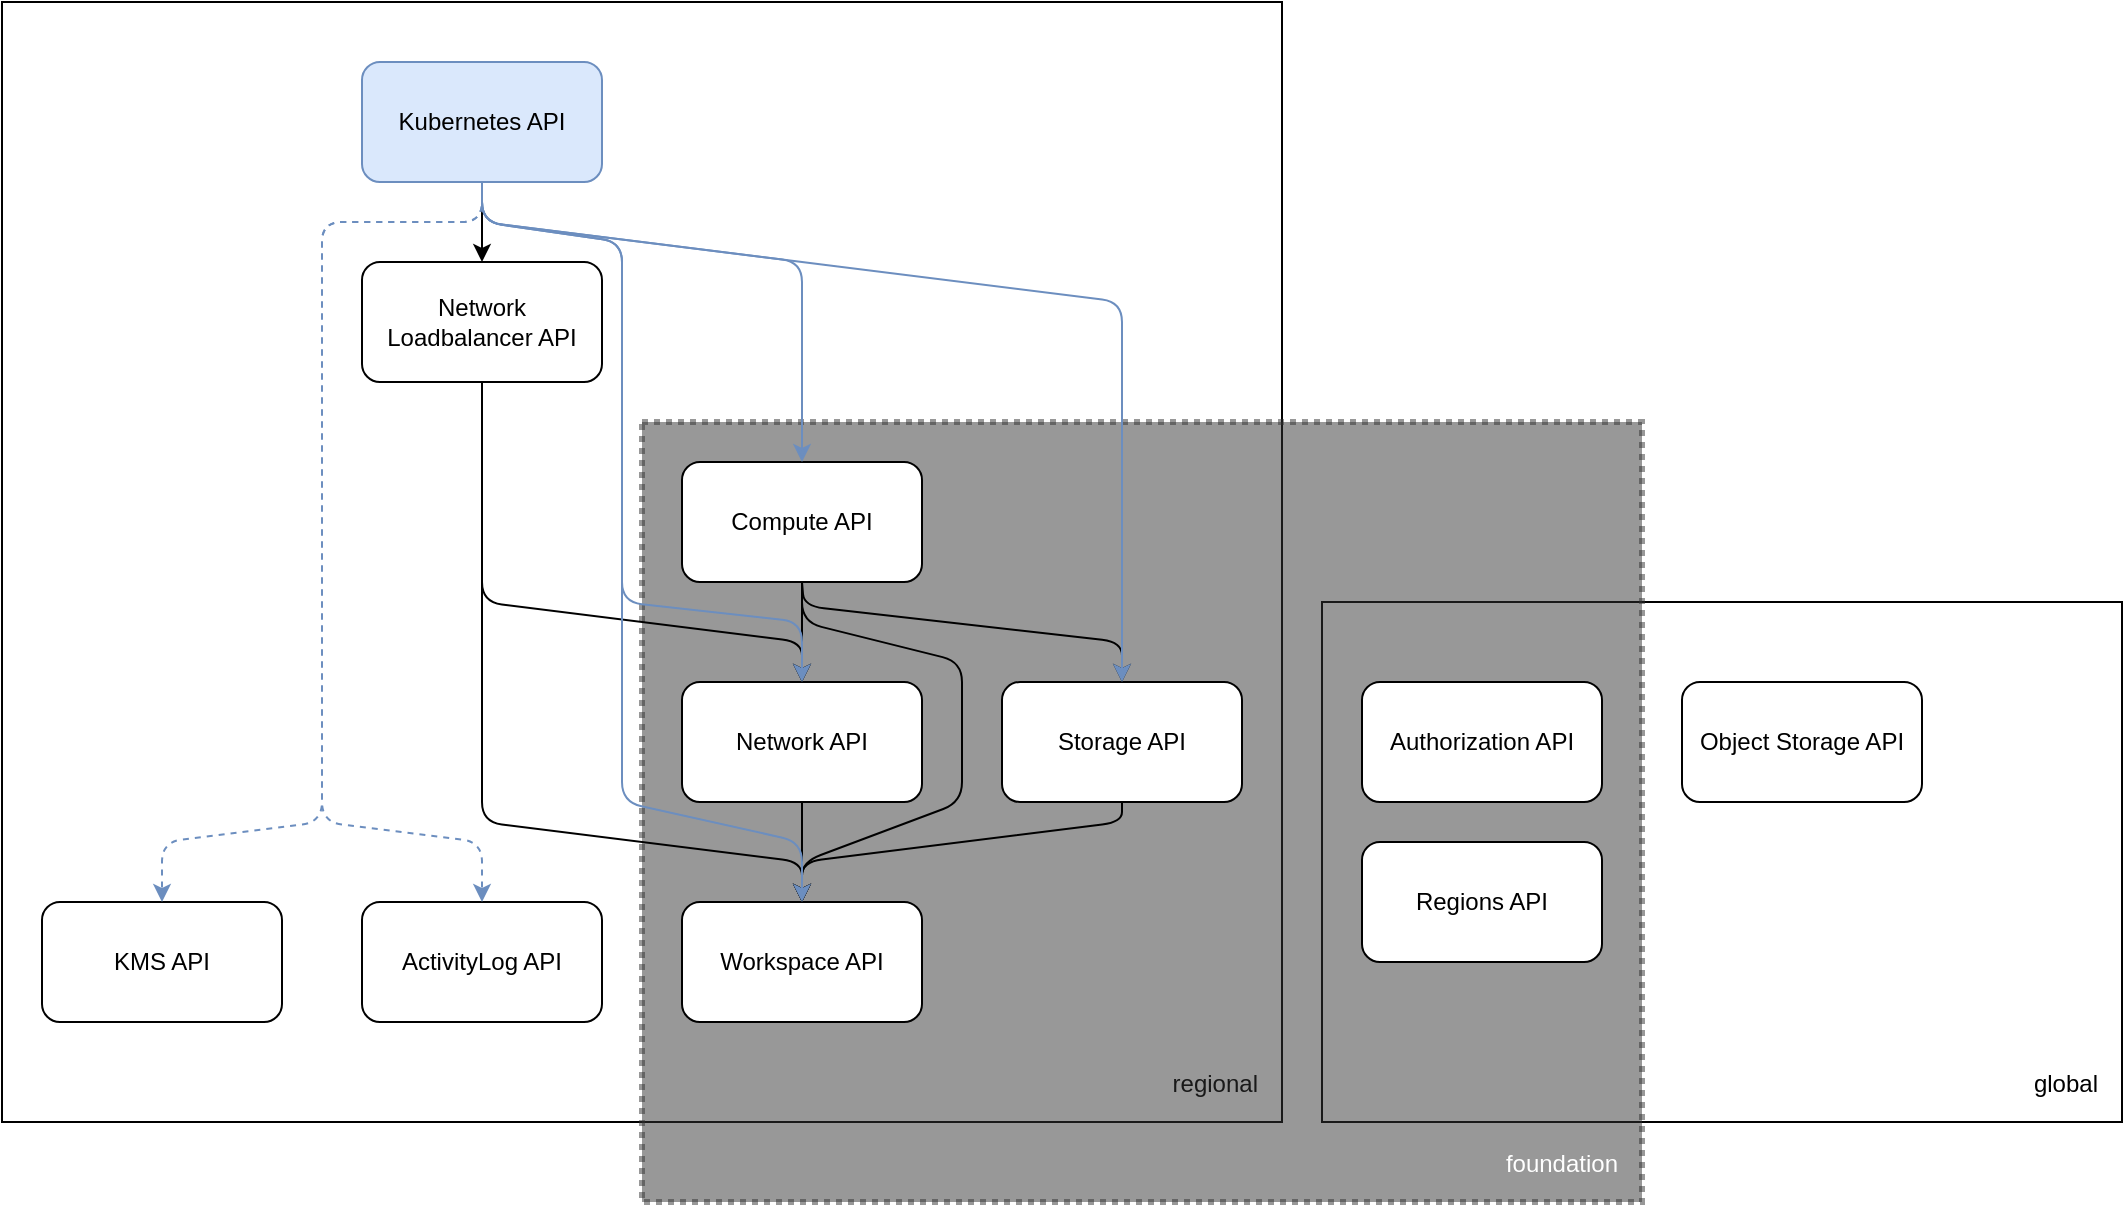
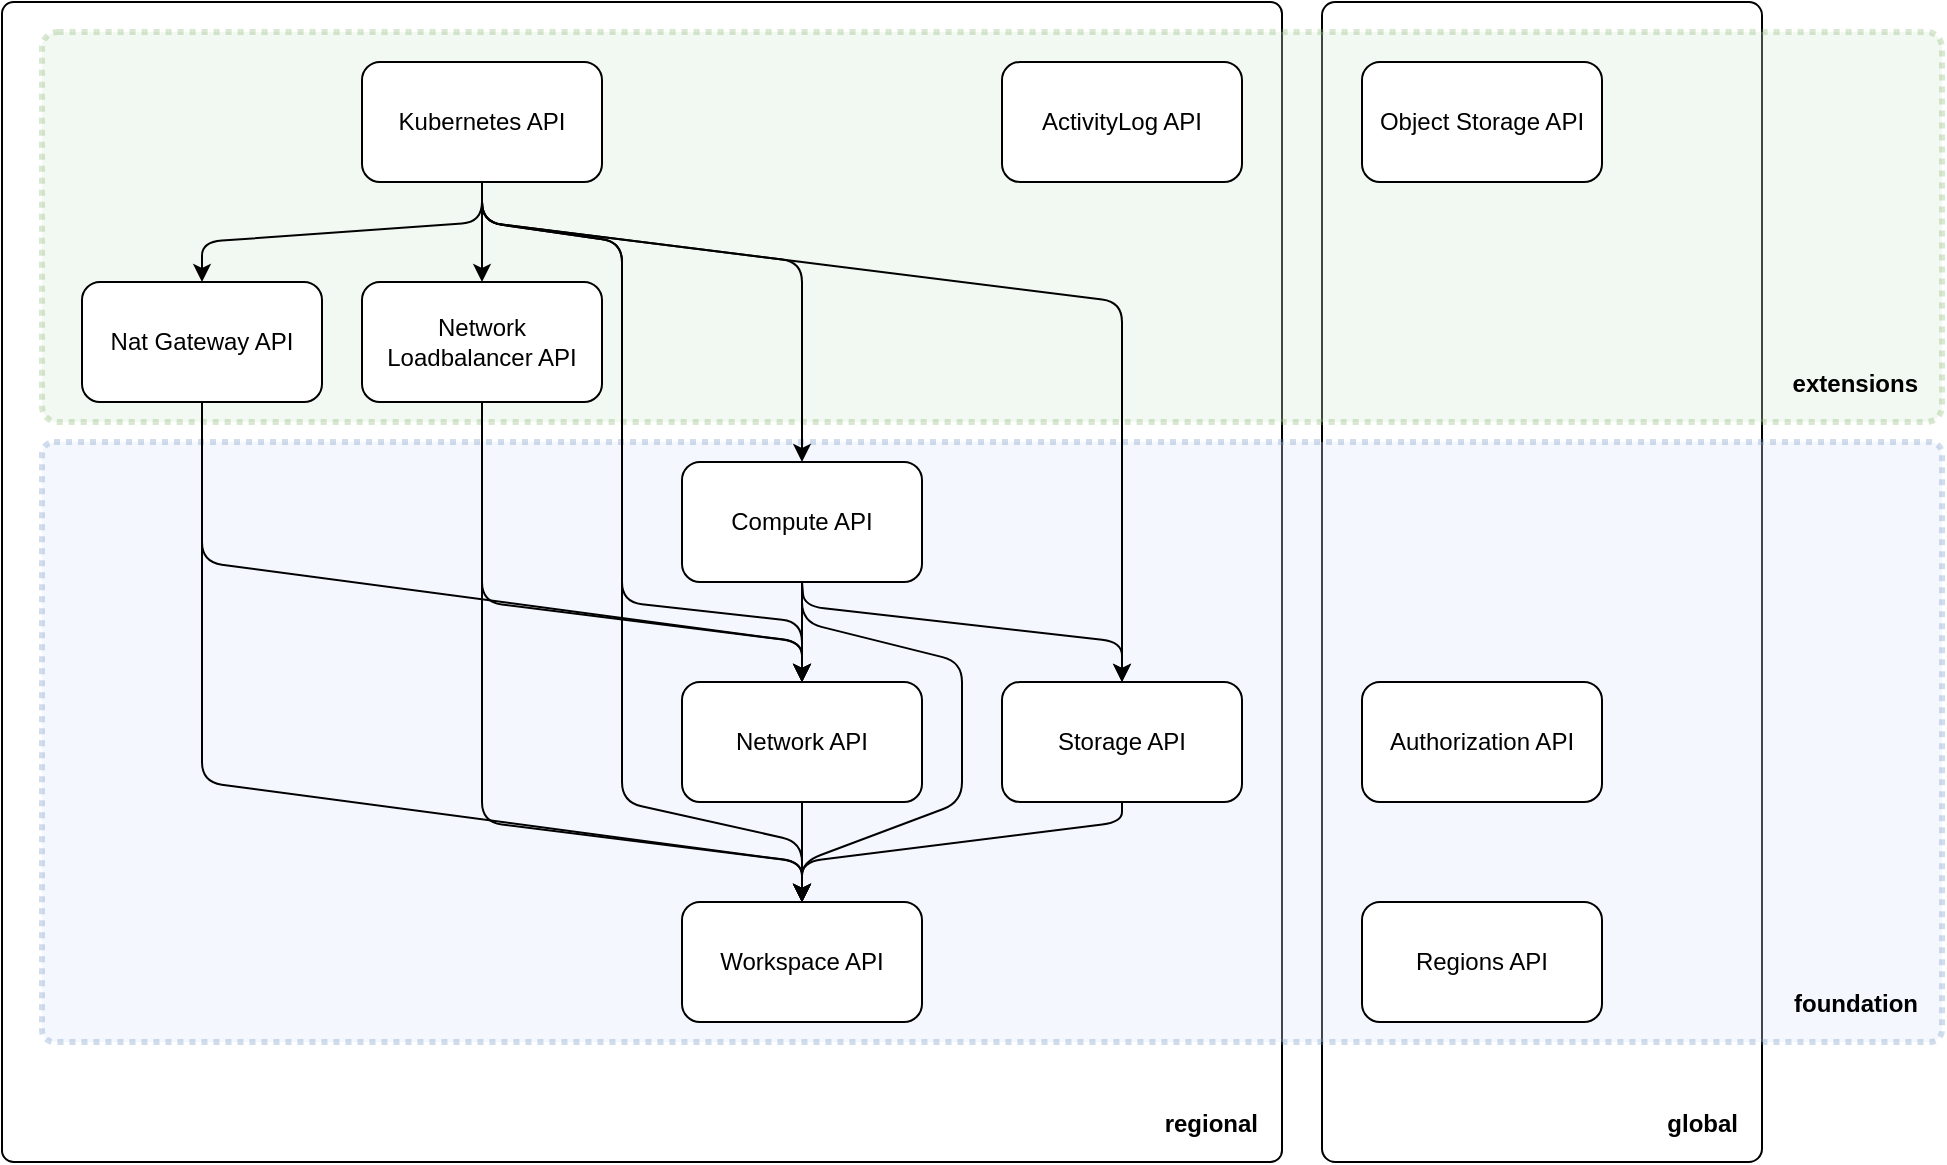
<mxfile host="65bd71144e">
    <diagram id="v1ShrlZZmRDrxKBRB3x8" name="Page-1">
-         <mxGraphModel dx="2368" dy="554" grid="1" gridSize="10" guides="1" tooltips="1" connect="1" arrows="1" fold="1" page="1" pageScale="1" pageWidth="1169" pageHeight="827" math="0" shadow="0">
+         <mxGraphModel dx="2949" dy="685" grid="1" gridSize="10" guides="1" tooltips="1" connect="1" arrows="1" fold="1" page="1" pageScale="1" pageWidth="1169" pageHeight="827" math="0" shadow="0">
            <root>
                <mxCell id="0"/>
                <mxCell id="1" parent="0"/>
-                 <mxCell id="9" value="global" style="whiteSpace=wrap;html=1;verticalAlign=bottom;align=right;spacingRight=10;spacingBottom=10;" parent="1" vertex="1">
-                     <mxGeometry x="560" y="360" width="400" height="260" as="geometry"/>
+                 <mxCell id="9" value="global" style="whiteSpace=wrap;html=1;verticalAlign=bottom;align=right;spacingRight=10;spacingBottom=10;fontStyle=1;rounded=1;arcSize=3;" parent="1" vertex="1">
+                     <mxGeometry x="560" y="60" width="220" height="580" as="geometry"/>
                </mxCell>
-                 <mxCell id="4" value="regional" style="whiteSpace=wrap;html=1;verticalAlign=bottom;align=right;spacingRight=10;spacingBottom=10;" parent="1" vertex="1">
-                     <mxGeometry x="-100" y="60" width="640" height="560" as="geometry"/>
+                 <mxCell id="4" value="regional" style="whiteSpace=wrap;html=1;verticalAlign=bottom;align=right;spacingRight=10;spacingBottom=10;fontStyle=1;rounded=1;arcSize=1;" parent="1" vertex="1">
+                     <mxGeometry x="-100" y="60" width="640" height="580" as="geometry"/>
                </mxCell>
-                 <mxCell id="2" value="foundation" style="whiteSpace=wrap;html=1;align=right;verticalAlign=bottom;dashed=1;dashPattern=1 1;fillColor=#333333;fontColor=#ffffff;strokeColor=#333333;strokeWidth=3;fillStyle=auto;opacity=50;spacingRight=10;spacingBottom=10;" parent="1" vertex="1">
-                     <mxGeometry x="220" y="270" width="500" height="390" as="geometry"/>
+                 <mxCell id="2" value="&lt;b&gt;foundation&lt;/b&gt;" style="whiteSpace=wrap;html=1;align=right;verticalAlign=bottom;dashed=1;dashPattern=1 1;fillColor=#dae8fc;strokeColor=#6c8ebf;strokeWidth=3;fillStyle=auto;opacity=30;spacingRight=10;spacingBottom=10;gradientColor=none;rounded=1;arcSize=2;" parent="1" vertex="1">
+                     <mxGeometry x="-80" y="280" width="950" height="300" as="geometry"/>
+                 </mxCell>
+                 <mxCell id="38" value="&lt;b&gt;extensions&lt;/b&gt;" style="whiteSpace=wrap;html=1;align=right;verticalAlign=bottom;dashed=1;dashPattern=1 1;fillColor=#d5e8d4;strokeColor=#82b366;strokeWidth=3;fillStyle=auto;opacity=30;spacingRight=10;spacingBottom=10;rounded=1;arcSize=4;" vertex="1" parent="1">
+                     <mxGeometry x="-80" y="75" width="950" height="195" as="geometry"/>
                </mxCell>
                <mxCell id="7" value="Workspace API" style="rounded=1;whiteSpace=wrap;html=1;" parent="1" vertex="1">
                    <mxGeometry x="240" y="510" width="120" height="60" as="geometry"/>
-                 </mxCell>
-                 <mxCell id="8" value="ActivityLog API" style="rounded=1;whiteSpace=wrap;html=1;" parent="1" vertex="1">
-                     <mxGeometry x="80" y="510" width="120" height="60" as="geometry"/>
                </mxCell>
                <mxCell id="10" value="Authorization API" style="rounded=1;whiteSpace=wrap;html=1;" parent="1" vertex="1">
                    <mxGeometry x="580" y="400" width="120" height="60" as="geometry"/>
                </mxCell>
                <mxCell id="18" style="edgeStyle=none;html=1;" parent="1" source="11" target="12" edge="1">
                    <mxGeometry relative="1" as="geometry"/>
                </mxCell>
                <mxCell id="19" style="edgeStyle=none;html=1;entryX=0.5;entryY=0;entryDx=0;entryDy=0;exitX=0.5;exitY=1;exitDx=0;exitDy=0;" parent="1" source="11" target="15" edge="1">
                    <mxGeometry relative="1" as="geometry">
                        <Array as="points">
                            <mxPoint x="301" y="362"/>
                            <mxPoint x="460" y="380"/>
                        </Array>
                    </mxGeometry>
                </mxCell>
-                 <mxCell id="22" style="edgeStyle=none;html=1;entryX=0.5;entryY=0;entryDx=0;entryDy=0;exitX=0.5;exitY=1;exitDx=0;exitDy=0;" edge="1" parent="1" source="11" target="7">
+                 <mxCell id="22" style="edgeStyle=none;html=1;entryX=0.5;entryY=0;entryDx=0;entryDy=0;exitX=0.5;exitY=1;exitDx=0;exitDy=0;" parent="1" source="11" target="7" edge="1">
                    <mxGeometry relative="1" as="geometry">
                        <Array as="points">
                            <mxPoint x="300" y="370"/>
                            <mxPoint x="380" y="390"/>
                            <mxPoint x="380" y="460"/>
                            <mxPoint x="300" y="490"/>
                        </Array>
                    </mxGeometry>
                </mxCell>
                <mxCell id="11" value="Compute API" style="rounded=1;whiteSpace=wrap;html=1;" parent="1" vertex="1">
                    <mxGeometry x="240" y="290" width="120" height="60" as="geometry"/>
                </mxCell>
                <mxCell id="16" style="edgeStyle=none;html=1;" parent="1" source="12" target="7" edge="1">
                    <mxGeometry relative="1" as="geometry"/>
                </mxCell>
                <mxCell id="12" value="Network API" style="rounded=1;whiteSpace=wrap;html=1;" parent="1" vertex="1">
                    <mxGeometry x="240" y="400" width="120" height="60" as="geometry"/>
                </mxCell>
-                 <mxCell id="13" value="Object Storage API" style="rounded=1;whiteSpace=wrap;html=1;" parent="1" vertex="1">
-                     <mxGeometry x="740" y="400" width="120" height="60" as="geometry"/>
-                 </mxCell>
                <mxCell id="14" value="Regions API" style="rounded=1;whiteSpace=wrap;html=1;" parent="1" vertex="1">
-                     <mxGeometry x="580" y="480" width="120" height="60" as="geometry"/>
+                     <mxGeometry x="580" y="510" width="120" height="60" as="geometry"/>
                </mxCell>
                <mxCell id="17" style="edgeStyle=none;html=1;entryX=0.5;entryY=0;entryDx=0;entryDy=0;" parent="1" source="15" target="7" edge="1">
                    <mxGeometry relative="1" as="geometry">
                        <mxPoint x="300" y="490" as="targetPoint"/>
                        <Array as="points">
                            <mxPoint x="460" y="470"/>
                            <mxPoint x="300" y="490"/>
                        </Array>
                    </mxGeometry>
                </mxCell>
                <mxCell id="15" value="Storage API" style="rounded=1;whiteSpace=wrap;html=1;" parent="1" vertex="1">
                    <mxGeometry x="400" y="400" width="120" height="60" as="geometry"/>
                </mxCell>
                <mxCell id="21" style="edgeStyle=none;html=1;entryX=0.5;entryY=0;entryDx=0;entryDy=0;" parent="1" source="20" target="12" edge="1">
                    <mxGeometry relative="1" as="geometry">
                        <Array as="points">
                            <mxPoint x="140" y="360"/>
                            <mxPoint x="300" y="380"/>
                        </Array>
                    </mxGeometry>
                </mxCell>
-                 <mxCell id="23" style="edgeStyle=none;html=1;entryX=0.5;entryY=0;entryDx=0;entryDy=0;" edge="1" parent="1" source="20" target="7">
+                 <mxCell id="23" style="edgeStyle=none;html=1;entryX=0.5;entryY=0;entryDx=0;entryDy=0;" parent="1" source="20" target="7" edge="1">
                    <mxGeometry relative="1" as="geometry">
                        <Array as="points">
                            <mxPoint x="140" y="470"/>
                            <mxPoint x="300" y="490"/>
                        </Array>
                    </mxGeometry>
                </mxCell>
-                 <mxCell id="20" value="Network Loadbalancer API" style="rounded=1;whiteSpace=wrap;html=1;" parent="1" vertex="1">
-                     <mxGeometry x="80" y="190" width="120" height="60" as="geometry"/>
-                 </mxCell>
-                 <mxCell id="24" value="KMS API" style="rounded=1;whiteSpace=wrap;html=1;" vertex="1" parent="1">
-                     <mxGeometry x="-80" y="510" width="120" height="60" as="geometry"/>
-                 </mxCell>
-                 <mxCell id="26" style="edgeStyle=none;html=1;entryX=0.5;entryY=0;entryDx=0;entryDy=0;" edge="1" parent="1" source="25" target="20">
-                     <mxGeometry relative="1" as="geometry"/>
-                 </mxCell>
-                 <mxCell id="27" style="edgeStyle=none;html=1;entryX=0.5;entryY=0;entryDx=0;entryDy=0;fillColor=#dae8fc;strokeColor=#6c8ebf;" edge="1" parent="1" target="11">
+                 <mxCell id="27" style="edgeStyle=none;html=1;entryX=0.5;entryY=0;entryDx=0;entryDy=0;" parent="1" target="11" edge="1">
                    <mxGeometry relative="1" as="geometry">
                        <mxPoint x="140" y="150" as="sourcePoint"/>
                        <Array as="points">
                            <mxPoint x="140" y="170"/>
                            <mxPoint x="300" y="190"/>
                        </Array>
                    </mxGeometry>
                </mxCell>
-                 <mxCell id="28" style="edgeStyle=none;html=1;entryX=0.5;entryY=0;entryDx=0;entryDy=0;exitX=0.5;exitY=1;exitDx=0;exitDy=0;fillColor=#dae8fc;strokeColor=#6c8ebf;" edge="1" parent="1" source="25" target="15">
+                 <mxCell id="28" style="edgeStyle=none;html=1;entryX=0.5;entryY=0;entryDx=0;entryDy=0;exitX=0.5;exitY=1;exitDx=0;exitDy=0;" parent="1" source="25" target="15" edge="1">
                    <mxGeometry relative="1" as="geometry">
                        <Array as="points">
                            <mxPoint x="140" y="170"/>
                            <mxPoint x="300" y="190"/>
                            <mxPoint x="460" y="210"/>
                            <mxPoint x="460" y="340"/>
                        </Array>
                    </mxGeometry>
                </mxCell>
-                 <mxCell id="29" style="edgeStyle=none;html=1;entryX=0.5;entryY=0;entryDx=0;entryDy=0;exitX=0.5;exitY=1;exitDx=0;exitDy=0;fillColor=#dae8fc;strokeColor=#6c8ebf;" edge="1" parent="1" source="25" target="12">
+                 <mxCell id="29" style="edgeStyle=none;html=1;entryX=0.5;entryY=0;entryDx=0;entryDy=0;exitX=0.5;exitY=1;exitDx=0;exitDy=0;" parent="1" source="25" target="12" edge="1">
                    <mxGeometry relative="1" as="geometry">
                        <mxPoint x="140" y="170" as="sourcePoint"/>
                        <Array as="points">
                            <mxPoint x="140" y="170"/>
                            <mxPoint x="210" y="180"/>
                            <mxPoint x="210" y="360"/>
                            <mxPoint x="300" y="370"/>
                        </Array>
                    </mxGeometry>
                </mxCell>
-                 <mxCell id="30" style="edgeStyle=none;html=1;entryX=0.5;entryY=0;entryDx=0;entryDy=0;exitX=0.5;exitY=1;exitDx=0;exitDy=0;fillColor=#dae8fc;strokeColor=#6c8ebf;" edge="1" parent="1" source="25" target="7">
+                 <mxCell id="30" style="edgeStyle=none;html=1;entryX=0.5;entryY=0;entryDx=0;entryDy=0;exitX=0.5;exitY=1;exitDx=0;exitDy=0;" parent="1" source="25" target="7" edge="1">
                    <mxGeometry relative="1" as="geometry">
                        <Array as="points">
                            <mxPoint x="140" y="170"/>
                            <mxPoint x="210" y="180"/>
                            <mxPoint x="210" y="460"/>
                            <mxPoint x="300" y="480"/>
                        </Array>
                    </mxGeometry>
                </mxCell>
-                 <mxCell id="31" style="edgeStyle=none;html=1;exitX=0.5;exitY=1;exitDx=0;exitDy=0;dashed=1;fillColor=#dae8fc;strokeColor=#6c8ebf;" edge="1" parent="1" source="25" target="24">
+                 <mxCell id="33" style="edgeStyle=none;html=1;entryX=0.5;entryY=0;entryDx=0;entryDy=0;" edge="1" parent="1" target="20">
                    <mxGeometry relative="1" as="geometry">
+                         <mxPoint x="140" y="150" as="sourcePoint"/>
+                         <mxPoint x="140" y="190" as="targetPoint"/>
+                     </mxGeometry>
+                 </mxCell>
+                 <mxCell id="34" style="edgeStyle=none;html=1;entryX=0.5;entryY=0;entryDx=0;entryDy=0;exitX=0.5;exitY=1;exitDx=0;exitDy=0;" edge="1" parent="1" source="25" target="24">
+                     <mxGeometry relative="1" as="geometry">
+                         <mxPoint x="150" y="160" as="sourcePoint"/>
+                         <mxPoint x="150" y="200" as="targetPoint"/>
                        <Array as="points">
                            <mxPoint x="140" y="170"/>
-                             <mxPoint x="60" y="170"/>
-                             <mxPoint x="60" y="470"/>
-                             <mxPoint x="-20" y="480"/>
+                             <mxPoint y="180"/>
                        </Array>
                    </mxGeometry>
                </mxCell>
-                 <mxCell id="32" style="edgeStyle=none;html=1;entryX=0.5;entryY=0;entryDx=0;entryDy=0;exitX=0.5;exitY=1;exitDx=0;exitDy=0;fillColor=#dae8fc;strokeColor=#6c8ebf;dashed=1;" edge="1" parent="1" source="25" target="8">
+                 <mxCell id="36" style="edgeStyle=none;html=1;entryX=0.5;entryY=0;entryDx=0;entryDy=0;exitX=0.5;exitY=1;exitDx=0;exitDy=0;" edge="1" parent="1" source="24" target="7">
                    <mxGeometry relative="1" as="geometry">
                        <Array as="points">
-                             <mxPoint x="140" y="170"/>
-                             <mxPoint x="60" y="170"/>
-                             <mxPoint x="60" y="470"/>
-                             <mxPoint x="140" y="480"/>
+                             <mxPoint y="450"/>
+                             <mxPoint x="300" y="490"/>
                        </Array>
+                         <mxPoint x="150" y="270" as="sourcePoint"/>
+                         <mxPoint x="310" y="520" as="targetPoint"/>
                    </mxGeometry>
                </mxCell>
-                 <mxCell id="25" value="Kubernetes API" style="rounded=1;whiteSpace=wrap;html=1;fillColor=#dae8fc;strokeColor=#6c8ebf;" vertex="1" parent="1">
+                 <mxCell id="37" style="edgeStyle=none;html=1;" edge="1" parent="1">
+                     <mxGeometry relative="1" as="geometry">
+                         <Array as="points">
+                             <mxPoint y="340"/>
+                             <mxPoint x="300" y="380"/>
+                         </Array>
+                         <mxPoint y="260" as="sourcePoint"/>
+                         <mxPoint x="300" y="400" as="targetPoint"/>
+                     </mxGeometry>
+                 </mxCell>
+                 <mxCell id="8" value="ActivityLog API" style="rounded=1;whiteSpace=wrap;html=1;" parent="1" vertex="1">
+                     <mxGeometry x="400" y="90" width="120" height="60" as="geometry"/>
+                 </mxCell>
+                 <mxCell id="13" value="Object Storage API" style="rounded=1;whiteSpace=wrap;html=1;" parent="1" vertex="1">
+                     <mxGeometry x="580" y="90" width="120" height="60" as="geometry"/>
+                 </mxCell>
+                 <mxCell id="20" value="Network Loadbalancer API" style="rounded=1;whiteSpace=wrap;html=1;" parent="1" vertex="1">
+                     <mxGeometry x="80" y="200" width="120" height="60" as="geometry"/>
+                 </mxCell>
+                 <mxCell id="24" value="Nat Gateway API" style="rounded=1;whiteSpace=wrap;html=1;" parent="1" vertex="1">
+                     <mxGeometry x="-60" y="200" width="120" height="60" as="geometry"/>
+                 </mxCell>
+                 <mxCell id="25" value="Kubernetes API" style="rounded=1;whiteSpace=wrap;html=1;" parent="1" vertex="1">
                    <mxGeometry x="80" y="90" width="120" height="60" as="geometry"/>
                </mxCell>
            </root>
        </mxGraphModel>
    </diagram>
- </mxfile>+ </mxfile>
